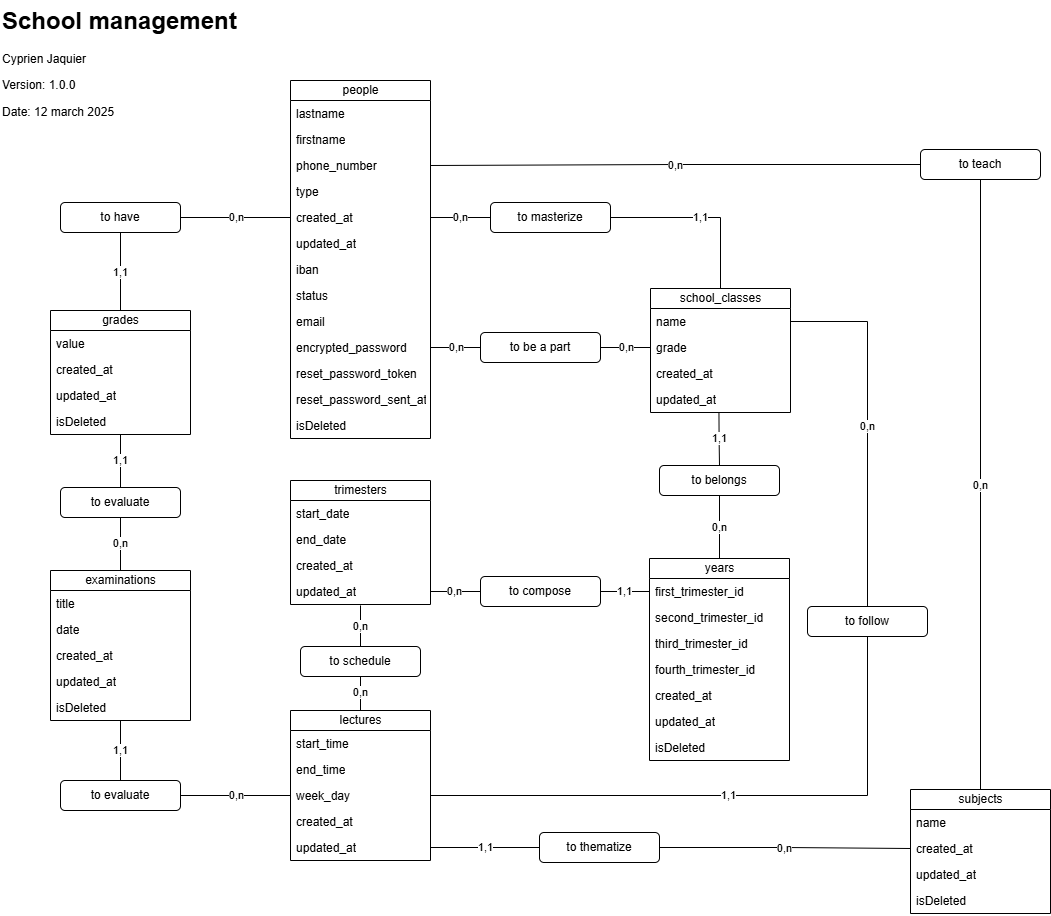
Earlier version of the draw.io export doc/CURRENT_DB/MCD.png (Cyprien-png/ROR-School-management). Source tidied: cells renumbered, new cells last; positions are measured from the earlier drawing's top-left corner, leaving out a move shared by most shapes.
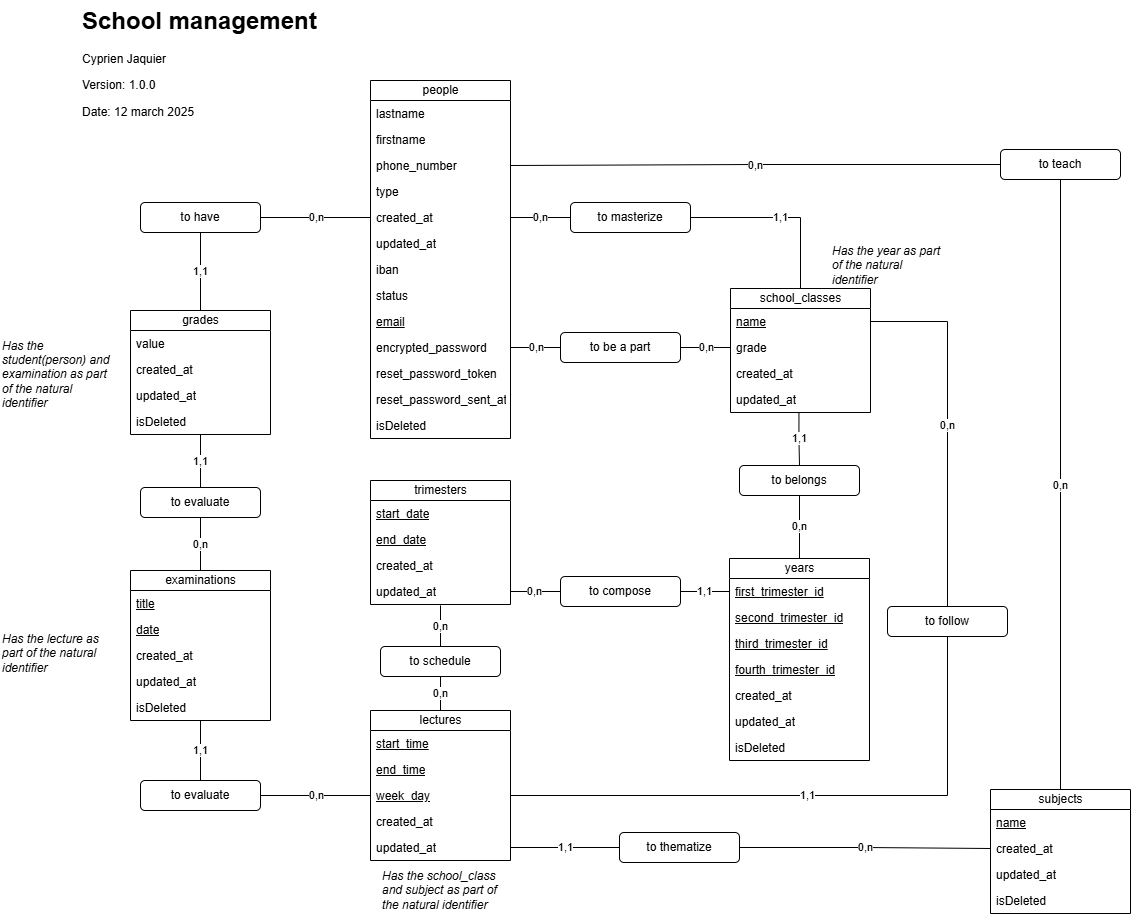
Above is the later version.

Commit message:
docs: add natural id to the current MCD

Change to the diagram source:
```diff
@@ -29,7 +29,7 @@
     <mxCell id="10" value="status" style="text;strokeColor=none;fillColor=none;align=left;verticalAlign=top;spacingLeft=4;spacingRight=4;overflow=hidden;whiteSpace=wrap;html=1;" parent="2" vertex="1">
       <mxGeometry y="202" width="140" height="26" as="geometry" />
     </mxCell>
-    <mxCell id="11" value="email" style="text;strokeColor=none;fillColor=none;align=left;verticalAlign=top;spacingLeft=4;spacingRight=4;overflow=hidden;whiteSpace=wrap;html=1;" parent="2" vertex="1">
+    <mxCell id="11" value="email" style="text;strokeColor=none;fillColor=none;align=left;verticalAlign=top;spacingLeft=4;spacingRight=4;overflow=hidden;whiteSpace=wrap;html=1;fontStyle=4;" parent="2" vertex="1">
       <mxGeometry y="228" width="140" height="26" as="geometry" />
     </mxCell>
     <mxCell id="12" value="encrypted_password" style="text;strokeColor=none;fillColor=none;align=left;verticalAlign=top;spacingLeft=4;spacingRight=4;overflow=hidden;points=[[0,0.5],[1,0.5]];portConstraint=eastwest;whiteSpace=wrap;html=1;" parent="2" vertex="1">
@@ -50,10 +50,10 @@
     <mxCell id="17" value="examinations" style="swimlane;fontStyle=0;horizontal=1;startSize=20;fillColor=none;html=1;" parent="1" vertex="1">
       <mxGeometry x="50" y="570" width="140" height="150" as="geometry" />
     </mxCell>
-    <mxCell id="18" value="title" style="text;strokeColor=none;fillColor=none;align=left;verticalAlign=top;spacingLeft=4;spacingRight=4;overflow=hidden;whiteSpace=wrap;html=1;" parent="17" vertex="1">
+    <mxCell id="18" value="title" style="text;strokeColor=none;fillColor=none;align=left;verticalAlign=top;spacingLeft=4;spacingRight=4;overflow=hidden;whiteSpace=wrap;html=1;fontStyle=4;" parent="17" vertex="1">
       <mxGeometry y="20" width="140" height="26" as="geometry" />
     </mxCell>
-    <mxCell id="19" value="date" style="text;strokeColor=none;fillColor=none;align=left;verticalAlign=top;spacingLeft=4;spacingRight=4;overflow=hidden;whiteSpace=wrap;html=1;" parent="17" vertex="1">
+    <mxCell id="19" value="date" style="text;strokeColor=none;fillColor=none;align=left;verticalAlign=top;spacingLeft=4;spacingRight=4;overflow=hidden;whiteSpace=wrap;html=1;fontStyle=4;" parent="17" vertex="1">
       <mxGeometry y="46" width="140" height="26" as="geometry" />
     </mxCell>
     <mxCell id="20" value="created_at" style="text;strokeColor=none;fillColor=none;align=left;verticalAlign=top;spacingLeft=4;spacingRight=4;overflow=hidden;whiteSpace=wrap;html=1;" parent="17" vertex="1">
@@ -86,13 +86,13 @@
     <mxCell id="29" value="lectures" style="swimlane;fontStyle=0;horizontal=1;startSize=20;fillColor=none;html=1;" parent="1" vertex="1">
       <mxGeometry x="290" y="710" width="140" height="150" as="geometry" />
     </mxCell>
-    <mxCell id="30" value="start_time" style="text;strokeColor=none;fillColor=none;align=left;verticalAlign=top;spacingLeft=4;spacingRight=4;overflow=hidden;whiteSpace=wrap;html=1;" parent="29" vertex="1">
+    <mxCell id="30" value="start_time" style="text;strokeColor=none;fillColor=none;align=left;verticalAlign=top;spacingLeft=4;spacingRight=4;overflow=hidden;whiteSpace=wrap;html=1;fontStyle=4;" parent="29" vertex="1">
       <mxGeometry y="20" width="140" height="26" as="geometry" />
     </mxCell>
-    <mxCell id="31" value="end_time" style="text;strokeColor=none;fillColor=none;align=left;verticalAlign=top;spacingLeft=4;spacingRight=4;overflow=hidden;whiteSpace=wrap;html=1;" parent="29" vertex="1">
+    <mxCell id="31" value="end_time" style="text;strokeColor=none;fillColor=none;align=left;verticalAlign=top;spacingLeft=4;spacingRight=4;overflow=hidden;whiteSpace=wrap;html=1;fontStyle=4;" parent="29" vertex="1">
       <mxGeometry y="46" width="140" height="26" as="geometry" />
     </mxCell>
-    <mxCell id="32" value="week_day" style="text;strokeColor=none;fillColor=none;align=left;verticalAlign=top;spacingLeft=4;spacingRight=4;overflow=hidden;points=[[0,0.5],[1,0.5]];portConstraint=eastwest;whiteSpace=wrap;html=1;" parent="29" vertex="1">
+    <mxCell id="32" value="week_day" style="text;strokeColor=none;fillColor=none;align=left;verticalAlign=top;spacingLeft=4;spacingRight=4;overflow=hidden;points=[[0,0.5],[1,0.5]];portConstraint=eastwest;whiteSpace=wrap;html=1;fontStyle=4;" parent="29" vertex="1">
       <mxGeometry y="72" width="140" height="26" as="geometry" />
     </mxCell>
     <mxCell id="33" value="created_at" style="text;strokeColor=none;fillColor=none;align=left;verticalAlign=top;spacingLeft=4;spacingRight=4;overflow=hidden;whiteSpace=wrap;html=1;" parent="29" vertex="1">
@@ -104,7 +104,7 @@
     <mxCell id="35" value="school_classes" style="swimlane;fontStyle=0;horizontal=1;startSize=20;fillColor=none;html=1;" parent="1" vertex="1">
       <mxGeometry x="650" y="288" width="140" height="124" as="geometry" />
     </mxCell>
-    <mxCell id="36" value="name" style="text;strokeColor=none;fillColor=none;align=left;verticalAlign=top;spacingLeft=4;spacingRight=4;overflow=hidden;points=[[0,0.5],[1,0.5]];portConstraint=eastwest;whiteSpace=wrap;html=1;" parent="35" vertex="1">
+    <mxCell id="36" value="name" style="text;strokeColor=none;fillColor=none;align=left;verticalAlign=top;spacingLeft=4;spacingRight=4;overflow=hidden;points=[[0,0.5],[1,0.5]];portConstraint=eastwest;whiteSpace=wrap;html=1;fontStyle=4;" parent="35" vertex="1">
       <mxGeometry y="20" width="140" height="26" as="geometry" />
     </mxCell>
     <mxCell id="37" value="grade" style="text;strokeColor=none;fillColor=none;align=left;verticalAlign=top;spacingLeft=4;spacingRight=4;overflow=hidden;points=[[0,0.5],[1,0.5]];portConstraint=eastwest;whiteSpace=wrap;html=1;" parent="35" vertex="1">
@@ -119,7 +119,7 @@
     <mxCell id="40" value="subjects" style="swimlane;fontStyle=0;horizontal=1;startSize=20;fillColor=none;html=1;" parent="1" vertex="1">
       <mxGeometry x="910" y="789" width="140" height="124" as="geometry" />
     </mxCell>
-    <mxCell id="41" value="name" style="text;strokeColor=none;fillColor=none;align=left;verticalAlign=top;spacingLeft=4;spacingRight=4;overflow=hidden;whiteSpace=wrap;html=1;" parent="40" vertex="1">
+    <mxCell id="41" value="name" style="text;strokeColor=none;fillColor=none;align=left;verticalAlign=top;spacingLeft=4;spacingRight=4;overflow=hidden;whiteSpace=wrap;html=1;fontStyle=4;" parent="40" vertex="1">
       <mxGeometry y="20" width="140" height="26" as="geometry" />
     </mxCell>
     <mxCell id="42" value="created_at" style="text;strokeColor=none;fillColor=none;align=left;verticalAlign=top;spacingLeft=4;spacingRight=4;overflow=hidden;points=[[0,0.5],[1,0.5]];portConstraint=eastwest;whiteSpace=wrap;html=1;" parent="40" vertex="1">
@@ -134,10 +134,10 @@
     <mxCell id="45" value="trimesters" style="swimlane;fontStyle=0;horizontal=1;startSize=20;fillColor=none;html=1;" parent="1" vertex="1">
       <mxGeometry x="290" y="480" width="140" height="124" as="geometry" />
     </mxCell>
-    <mxCell id="46" value="start_date" style="text;strokeColor=none;fillColor=none;align=left;verticalAlign=top;spacingLeft=4;spacingRight=4;overflow=hidden;whiteSpace=wrap;html=1;" parent="45" vertex="1">
+    <mxCell id="46" value="start_date" style="text;strokeColor=none;fillColor=none;align=left;verticalAlign=top;spacingLeft=4;spacingRight=4;overflow=hidden;whiteSpace=wrap;html=1;fontStyle=4;" parent="45" vertex="1">
       <mxGeometry y="20" width="140" height="26" as="geometry" />
     </mxCell>
-    <mxCell id="47" value="end_date" style="text;strokeColor=none;fillColor=none;align=left;verticalAlign=top;spacingLeft=4;spacingRight=4;overflow=hidden;whiteSpace=wrap;html=1;" parent="45" vertex="1">
+    <mxCell id="47" value="end_date" style="text;strokeColor=none;fillColor=none;align=left;verticalAlign=top;spacingLeft=4;spacingRight=4;overflow=hidden;whiteSpace=wrap;html=1;fontStyle=4;" parent="45" vertex="1">
       <mxGeometry y="46" width="140" height="26" as="geometry" />
     </mxCell>
     <mxCell id="48" value="created_at" style="text;strokeColor=none;fillColor=none;align=left;verticalAlign=top;spacingLeft=4;spacingRight=4;overflow=hidden;whiteSpace=wrap;html=1;" parent="45" vertex="1">
@@ -149,16 +149,16 @@
     <mxCell id="50" value="years" style="swimlane;fontStyle=0;horizontal=1;startSize=20;fillColor=none;html=1;" parent="1" vertex="1">
       <mxGeometry x="649" y="558" width="140" height="202" as="geometry" />
     </mxCell>
-    <mxCell id="51" value="first_trimester_id" style="text;strokeColor=none;fillColor=none;align=left;verticalAlign=top;spacingLeft=4;spacingRight=4;overflow=hidden;points=[[0,0.5],[1,0.5]];portConstraint=eastwest;whiteSpace=wrap;html=1;" parent="50" vertex="1">
+    <mxCell id="51" value="first_trimester_id" style="text;strokeColor=none;fillColor=none;align=left;verticalAlign=top;spacingLeft=4;spacingRight=4;overflow=hidden;points=[[0,0.5],[1,0.5]];portConstraint=eastwest;whiteSpace=wrap;html=1;fontStyle=4;" parent="50" vertex="1">
       <mxGeometry y="20" width="140" height="26" as="geometry" />
     </mxCell>
-    <mxCell id="52" value="second_trimester_id" style="text;strokeColor=none;fillColor=none;align=left;verticalAlign=top;spacingLeft=4;spacingRight=4;overflow=hidden;whiteSpace=wrap;html=1;" parent="50" vertex="1">
+    <mxCell id="52" value="second_trimester_id" style="text;strokeColor=none;fillColor=none;align=left;verticalAlign=top;spacingLeft=4;spacingRight=4;overflow=hidden;whiteSpace=wrap;html=1;fontStyle=4;" parent="50" vertex="1">
       <mxGeometry y="46" width="140" height="26" as="geometry" />
     </mxCell>
-    <mxCell id="53" value="third_trimester_id" style="text;strokeColor=none;fillColor=none;align=left;verticalAlign=top;spacingLeft=4;spacingRight=4;overflow=hidden;whiteSpace=wrap;html=1;" parent="50" vertex="1">
+    <mxCell id="53" value="third_trimester_id" style="text;strokeColor=none;fillColor=none;align=left;verticalAlign=top;spacingLeft=4;spacingRight=4;overflow=hidden;whiteSpace=wrap;html=1;fontStyle=4;" parent="50" vertex="1">
       <mxGeometry y="72" width="140" height="26" as="geometry" />
     </mxCell>
-    <mxCell id="54" value="fourth_trimester_id" style="text;strokeColor=none;fillColor=none;align=left;verticalAlign=top;spacingLeft=4;spacingRight=4;overflow=hidden;whiteSpace=wrap;html=1;" parent="50" vertex="1">
+    <mxCell id="54" value="fourth_trimester_id" style="text;strokeColor=none;fillColor=none;align=left;verticalAlign=top;spacingLeft=4;spacingRight=4;overflow=hidden;whiteSpace=wrap;html=1;fontStyle=4;" parent="50" vertex="1">
       <mxGeometry y="98" width="140" height="26" as="geometry" />
     </mxCell>
     <mxCell id="55" value="created_at" style="text;strokeColor=none;fillColor=none;align=left;verticalAlign=top;spacingLeft=4;spacingRight=4;overflow=hidden;whiteSpace=wrap;html=1;" parent="50" vertex="1">
@@ -266,5 +266,17 @@
     <mxCell id="89" value="&lt;h1 style=&quot;margin-top: 0px;&quot;&gt;School management&lt;/h1&gt;&lt;p&gt;Cyprien Jaquier&lt;/p&gt;&lt;p&gt;Version: 1.0.0&lt;/p&gt;&lt;p&gt;Date: 12 march 2025&lt;/p&gt;" style="text;html=1;whiteSpace=wrap;overflow=hidden;rounded=0;" parent="1" vertex="1">
       <mxGeometry width="260" height="120" as="geometry" />
     </mxCell>
+    <mxCell id="90" value="Has the lecture as part of the natural identifier" style="text;html=1;align=left;verticalAlign=middle;whiteSpace=wrap;rounded=0;fontStyle=2;" parent="1" vertex="1">
+      <mxGeometry x="-80" y="630" width="120" height="46" as="geometry" />
+    </mxCell>
+    <mxCell id="91" value="Has the student(person) and examination as part of the natural identifier" style="text;html=1;align=left;verticalAlign=middle;whiteSpace=wrap;rounded=0;fontStyle=2;" parent="1" vertex="1">
+      <mxGeometry x="-80" y="340" width="120" height="68" as="geometry" />
+    </mxCell>
+    <mxCell id="92" value="Has the year as part of the natural identifier" style="text;html=1;align=left;verticalAlign=middle;whiteSpace=wrap;rounded=0;fontStyle=2;" parent="1" vertex="1">
+      <mxGeometry x="750" y="242" width="120" height="46" as="geometry" />
+    </mxCell>
+    <mxCell id="93" value="Has the school_class and subject as part of the natural identifier" style="text;html=1;align=left;verticalAlign=middle;whiteSpace=wrap;rounded=0;fontStyle=2;" parent="1" vertex="1">
+      <mxGeometry x="300" y="867" width="120" height="46" as="geometry" />
+    </mxCell>
   </root>
 </mxGraphModel>
```
